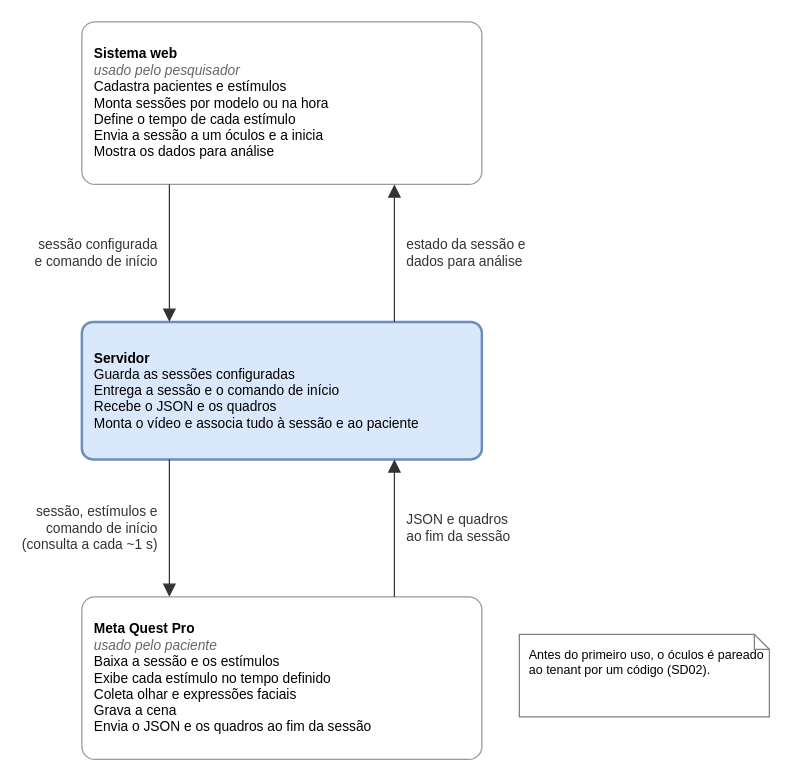
The draw.io diagram page "Figura – Fluxo de uma sessão" (2 of 2) of Especificacao/Arquitetura-NeuroSight.drawio in joaozanini/tcc1, before the edit. Source tidied: cells renumbered, new cells numbered last; positions are measured from the earlier drawing's top-left corner, leaving out a move shared by most shapes. Both pictures are drawn from the tidied source at 125%, with x=0, y=0 at pixel (81, 21).
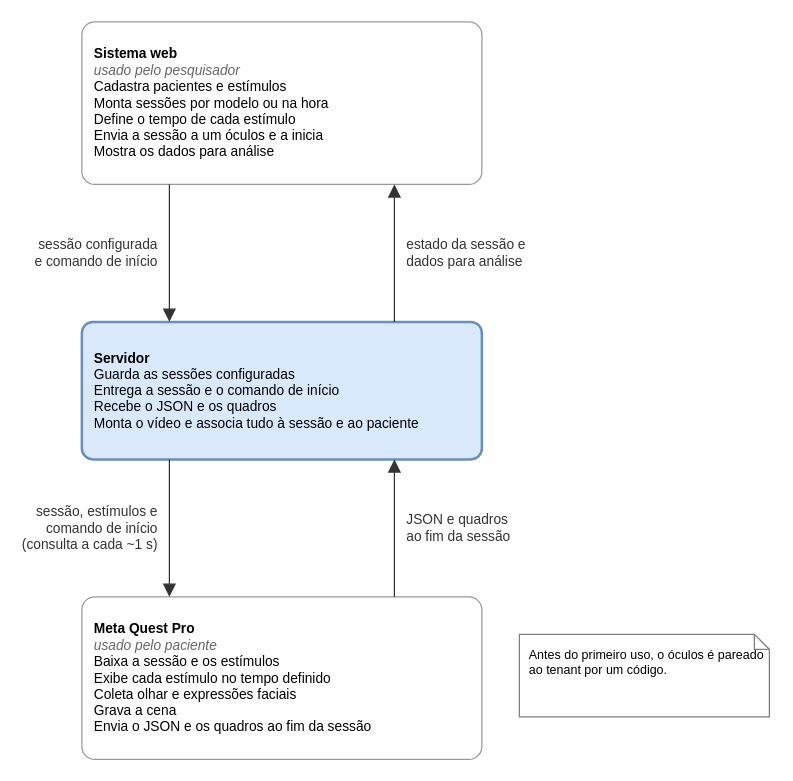
After the change.

What changed in the source:
```diff
@@
 <mxGraphModel>
   <root>
     <mxCell id="0" />
     <mxCell id="1" parent="0" />
     <mxCell id="2" value="&lt;b&gt;Sistema web&lt;/b&gt;&lt;br&gt;&lt;font color=&quot;#666666&quot;&gt;&lt;i&gt;usado pelo pesquisador&lt;/i&gt;&lt;/font&gt;&lt;br&gt;Cadastra pacientes e estímulos&lt;br&gt;Monta sessões por modelo ou na hora&lt;br&gt;Define o tempo de cada estímulo&lt;br&gt;Envia a sessão a um óculos e a inicia&lt;br&gt;Mostra os dados para análise" style="rounded=1;arcSize=8;whiteSpace=wrap;html=1;fillColor=#FFFFFF;strokeColor=#999999;fontSize=11;align=left;verticalAlign=middle;spacingLeft=8;spacingRight=8;" parent="1" vertex="1">
       <mxGeometry width="320" height="130" as="geometry" />
     </mxCell>
     <mxCell id="3" value="&lt;b&gt;Servidor&lt;/b&gt;&lt;br&gt;Guarda as sessões configuradas&lt;br&gt;Entrega a sessão e o comando de início&lt;br&gt;Recebe o JSON e os quadros&lt;br&gt;Monta o vídeo e associa tudo à sessão e ao paciente" style="rounded=1;arcSize=8;whiteSpace=wrap;html=1;fillColor=#DAE8FC;strokeColor=#6C8EBF;strokeWidth=2;fontSize=11;align=left;verticalAlign=middle;spacingLeft=8;spacingRight=8;" parent="1" vertex="1">
       <mxGeometry y="240" width="320" height="110" as="geometry" />
     </mxCell>
     <mxCell id="4" value="&lt;b&gt;Meta Quest Pro&lt;/b&gt;&lt;br&gt;&lt;font color=&quot;#666666&quot;&gt;&lt;i&gt;usado pelo paciente&lt;/i&gt;&lt;/font&gt;&lt;br&gt;Baixa a sessão e os estímulos&lt;br&gt;Exibe cada estímulo no tempo definido&lt;br&gt;Coleta olhar e expressões faciais&lt;br&gt;Grava a cena&lt;br&gt;Envia o JSON e os quadros ao fim da sessão" style="rounded=1;arcSize=8;whiteSpace=wrap;html=1;fillColor=#FFFFFF;strokeColor=#999999;fontSize=11;align=left;verticalAlign=middle;spacingLeft=8;spacingRight=8;" parent="1" vertex="1">
       <mxGeometry y="460" width="320" height="130" as="geometry" />
     </mxCell>
-    <mxCell id="5" value="Antes do primeiro uso, o óculos é pareado ao tenant por um código (SD02)." style="shape=note;whiteSpace=wrap;html=1;size=12;fillColor=#FFFFFF;strokeColor=#808080;fontSize=10;align=left;verticalAlign=top;spacingLeft=6;spacingTop=4;" parent="1" vertex="1">
+    <mxCell id="5" value="Antes do primeiro uso, o óculos é pareado ao tenant por um código." style="shape=note;whiteSpace=wrap;html=1;size=12;fillColor=#FFFFFF;strokeColor=#808080;fontSize=10;align=left;verticalAlign=top;spacingLeft=6;spacingTop=4;" parent="1" vertex="1">
       <mxGeometry x="350" y="490" width="200" height="66" as="geometry" />
     </mxCell>
     <mxCell id="6" value="sessão configurada&lt;br&gt;e comando de início" style="edgeStyle=orthogonalEdgeStyle;rounded=0;html=1;endArrow=block;endFill=1;endSize=8;strokeColor=#333333;fontSize=11;fontColor=#333333;align=right;spacingRight=8;labelBackgroundColor=none;exitX=0.2188;exitY=1;exitDx=0;exitDy=0;entryX=0.2188;entryY=0;entryDx=0;entryDy=0;" parent="1" edge="1" source="2" target="3">
       <mxGeometry relative="1" as="geometry" />
     </mxCell>
     <mxCell id="7" value="estado da sessão e&lt;br&gt;dados para análise" style="edgeStyle=orthogonalEdgeStyle;rounded=0;html=1;endArrow=block;endFill=1;endSize=8;strokeColor=#333333;fontSize=11;fontColor=#333333;align=left;spacingLeft=8;labelBackgroundColor=none;exitX=0.7813;exitY=0;exitDx=0;exitDy=0;entryX=0.7813;entryY=1;entryDx=0;entryDy=0;" parent="1" edge="1" source="3" target="2">
       <mxGeometry relative="1" as="geometry" />
     </mxCell>
     <mxCell id="8" value="sessão, estímulos e&lt;br&gt;comando de início&lt;br&gt;(consulta a cada ~1 s)" style="edgeStyle=orthogonalEdgeStyle;rounded=0;html=1;endArrow=block;endFill=1;endSize=8;strokeColor=#333333;fontSize=11;fontColor=#333333;align=right;spacingRight=8;labelBackgroundColor=none;exitX=0.2188;exitY=1;exitDx=0;exitDy=0;entryX=0.2188;entryY=0;entryDx=0;entryDy=0;" parent="1" edge="1" source="3" target="4">
       <mxGeometry relative="1" as="geometry" />
     </mxCell>
     <mxCell id="9" value="JSON e quadros&lt;br&gt;ao fim da sessão" style="edgeStyle=orthogonalEdgeStyle;rounded=0;html=1;endArrow=block;endFill=1;endSize=8;strokeColor=#333333;fontSize=11;fontColor=#333333;align=left;spacingLeft=8;labelBackgroundColor=none;exitX=0.7813;exitY=0;exitDx=0;exitDy=0;entryX=0.7813;entryY=1;entryDx=0;entryDy=0;" parent="1" edge="1" source="4" target="3">
       <mxGeometry relative="1" as="geometry" />
     </mxCell>
   </root>
 </mxGraphModel>
```
